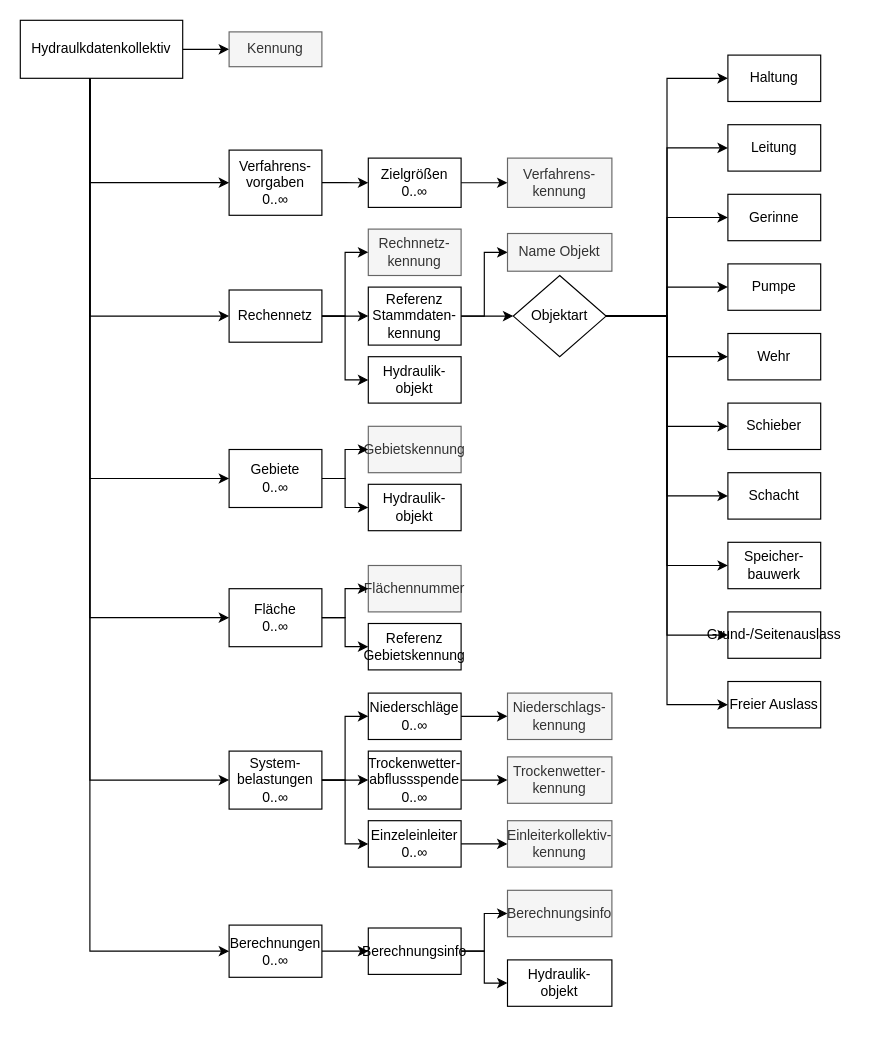
This is Kopie von grobwasser.drawio from simonwb123/BA-ISYBAU, a draw.io file, before an edit. Source tidied: cells renumbered, new cells numbered last; positions are measured from the earlier drawing's top-left corner, leaving out a move shared by most shapes. Both pictures are drawn from the tidied source at 116%, with x=0, y=0 at pixel (20, 20).
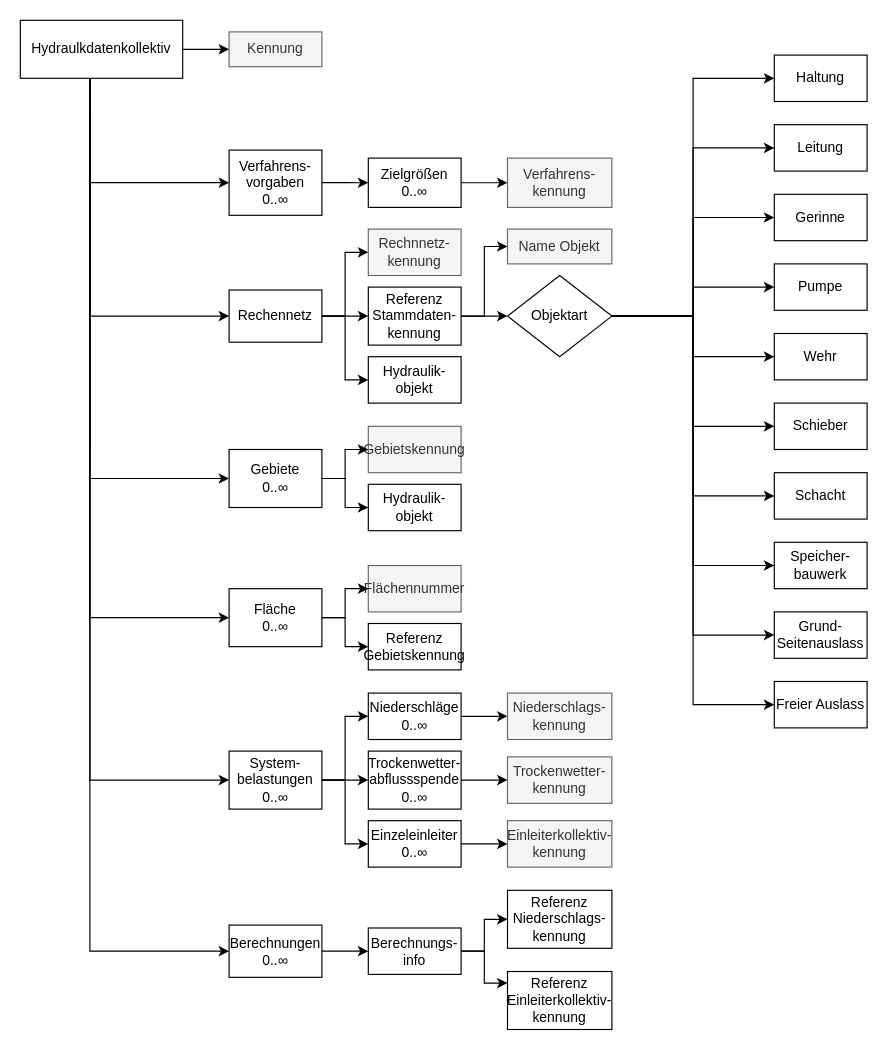
After the change.

The change refers to these unchanged cells:
```xml
<mxCell id="9" value="&lt;div&gt;Verfahrens-vorgaben&lt;/div&gt;&lt;div&gt;0..∞&lt;/div&gt;" style="rounded=0;whiteSpace=wrap;html=1;fontFamily=Latin Modern;fontSize=12;" parent="1" vertex="1">
  <mxGeometry x="180" y="111.9" width="80" height="56.2" as="geometry" />
</mxCell>
```

The edit, as a diff of the source:
```diff
@@
     <mxCell id="33" value="Objektart" style="shape=rhombus;html=1;dashed=0;whiteSpace=wrap;perimeter=rhombusPerimeter;fontFamily=Latin Modern;fontSize=12;" parent="1" vertex="1">
-      <mxGeometry x="425" y="220" width="80" height="70" as="geometry" />
+      <mxGeometry x="420" y="220" width="90" height="70" as="geometry" />
     </mxCell>
     <mxCell id="34" value="Haltung" style="rounded=0;whiteSpace=wrap;html=1;fontFamily=Latin Modern;fontSize=12;" parent="1" vertex="1">
-      <mxGeometry x="610" y="30" width="80" height="40" as="geometry" />
+      <mxGeometry x="650" y="30" width="80" height="40" as="geometry" />
     </mxCell>
     <mxCell id="35" value="&lt;div&gt;Leitung&lt;/div&gt;" style="rounded=0;whiteSpace=wrap;html=1;fontFamily=Latin Modern;fontSize=12;" parent="1" vertex="1">
-      <mxGeometry x="610" y="90" width="80" height="40" as="geometry" />
+      <mxGeometry x="650" y="90" width="80" height="40" as="geometry" />
     </mxCell>
     <mxCell id="36" value="&lt;div&gt;Gerinne&lt;/div&gt;" style="rounded=0;whiteSpace=wrap;html=1;fontFamily=Latin Modern;fontSize=12;" parent="1" vertex="1">
-      <mxGeometry x="610" y="150" width="80" height="40" as="geometry" />
+      <mxGeometry x="650" y="150" width="80" height="40" as="geometry" />
     </mxCell>
     <mxCell id="37" value="Pumpe" style="rounded=0;whiteSpace=wrap;html=1;fontFamily=Latin Modern;fontSize=12;" parent="1" vertex="1">
-      <mxGeometry x="610" y="210" width="80" height="40" as="geometry" />
+      <mxGeometry x="650" y="210" width="80" height="40" as="geometry" />
     </mxCell>
     <mxCell id="38" value="Wehr" style="rounded=0;whiteSpace=wrap;html=1;fontFamily=Latin Modern;fontSize=12;" parent="1" vertex="1">
-      <mxGeometry x="610" y="270" width="80" height="40" as="geometry" />
+      <mxGeometry x="650" y="270" width="80" height="40" as="geometry" />
     </mxCell>
     <mxCell id="39" value="Schieber" style="rounded=0;whiteSpace=wrap;html=1;fontFamily=Latin Modern;fontSize=12;" parent="1" vertex="1">
-      <mxGeometry x="610" y="330" width="80" height="40" as="geometry" />
+      <mxGeometry x="650" y="330" width="80" height="40" as="geometry" />
     </mxCell>
     <mxCell id="40" value="Schacht" style="rounded=0;whiteSpace=wrap;html=1;fontFamily=Latin Modern;fontSize=12;" parent="1" vertex="1">
-      <mxGeometry x="610" y="390" width="80" height="40" as="geometry" />
+      <mxGeometry x="650" y="390" width="80" height="40" as="geometry" />
     </mxCell>
     <mxCell id="41" value="Speicher-bauwerk" style="rounded=0;whiteSpace=wrap;html=1;fontFamily=Latin Modern;fontSize=12;" parent="1" vertex="1">
-      <mxGeometry x="610" y="450" width="80" height="40" as="geometry" />
+      <mxGeometry x="650" y="450" width="80" height="40" as="geometry" />
     </mxCell>
     <mxCell id="42" value="Name Objekt" style="rounded=0;whiteSpace=wrap;html=1;fontFamily=Latin Modern;fontSize=12;fillColor=#f5f5f5;fontColor=#333333;strokeColor=#666666;" parent="1" vertex="1">
-      <mxGeometry x="420" y="183.8" width="90" height="32.5" as="geometry" />
+      <mxGeometry x="420" y="180" width="90" height="30" as="geometry" />
     </mxCell>
-    <mxCell id="43" value="Grund-/Seitenauslass" style="rounded=0;whiteSpace=wrap;html=1;fontFamily=Latin Modern;fontSize=12;" parent="1" vertex="1">
-      <mxGeometry x="610" y="510" width="80" height="40" as="geometry" />
+    <mxCell id="43" value="Grund-Seitenauslass" style="rounded=0;whiteSpace=wrap;html=1;fontFamily=Latin Modern;fontSize=12;" parent="1" vertex="1">
+      <mxGeometry x="650" y="510" width="80" height="40" as="geometry" />
     </mxCell>
     <mxCell id="44" value="Freier Auslass" style="rounded=0;whiteSpace=wrap;html=1;fontFamily=Latin Modern;fontSize=12;" parent="1" vertex="1">
-      <mxGeometry x="610" y="570" width="80" height="40" as="geometry" />
+      <mxGeometry x="650" y="570" width="80" height="40" as="geometry" />
     </mxCell>
@@
-    <mxCell id="73" value="Berechnungsinfo" style="rounded=0;whiteSpace=wrap;html=1;fontFamily=Latin Modern;fillColor=#f5f5f5;fontColor=#333333;strokeColor=#666666;fontSize=12;" parent="1" vertex="1">
-      <mxGeometry x="420" y="750" width="90" height="40" as="geometry" />
+    <mxCell id="73" value="Referenz Niederschlags- kennung" style="rounded=0;whiteSpace=wrap;html=1;fontFamily=Latin Modern;fontSize=12;" parent="1" vertex="1">
+      <mxGeometry x="420" y="750" width="90" height="50" as="geometry" />
     </mxCell>
-    <mxCell id="74" value="&lt;div&gt;Hydraulik-&lt;/div&gt;&lt;div&gt;objekt&lt;/div&gt;" style="rounded=0;whiteSpace=wrap;html=1;fontFamily=Latin Modern;fontSize=12;" parent="1" vertex="1">
-      <mxGeometry x="420" y="810" width="90" height="40" as="geometry" />
+    <mxCell id="74" value="Referenz Einleiterkollektiv-kennung" style="rounded=0;whiteSpace=wrap;html=1;fontFamily=Latin Modern;fontSize=12;" parent="1" vertex="1">
+      <mxGeometry x="420" y="820" width="90" height="50" as="geometry" />
     </mxCell>
     <mxCell id="75" style="edgeStyle=orthogonalEdgeStyle;rounded=0;jettySize=auto;html=1;entryX=0;entryY=0.5;entryDx=0;entryDy=0;exitX=1;exitY=0.5;exitDx=0;exitDy=0;fontSize=12;" parent="1" edge="1" target="73">
       <mxGeometry relative="1" as="geometry">
         <mxPoint x="380" y="802.5" as="sourcePoint" />
         <Array as="points">
           <mxPoint x="400" y="802" />
-          <mxPoint x="400" y="770" />
+          <mxPoint x="400" y="775" />
         </Array>
       </mxGeometry>
     </mxCell>
-    <mxCell id="76" value="Berechnungsinfo" style="rounded=0;whiteSpace=wrap;html=1;fontFamily=Latin Modern;fontSize=12;" parent="1" vertex="1">
+    <mxCell id="76" value="Berechnungs-info" style="rounded=0;whiteSpace=wrap;html=1;fontFamily=Latin Modern;fontSize=12;" parent="1" vertex="1">
       <mxGeometry x="300" y="782.5" width="80" height="40" as="geometry" />
     </mxCell>
+    <mxCell id="77" style="edgeStyle=orthogonalEdgeStyle;rounded=0;orthogonalLoop=1;jettySize=auto;html=1;exitX=0.5;exitY=1;exitDx=0;exitDy=0;" parent="1" edge="1" source="9" target="9">
+      <mxGeometry relative="1" as="geometry" />
+    </mxCell>
```
